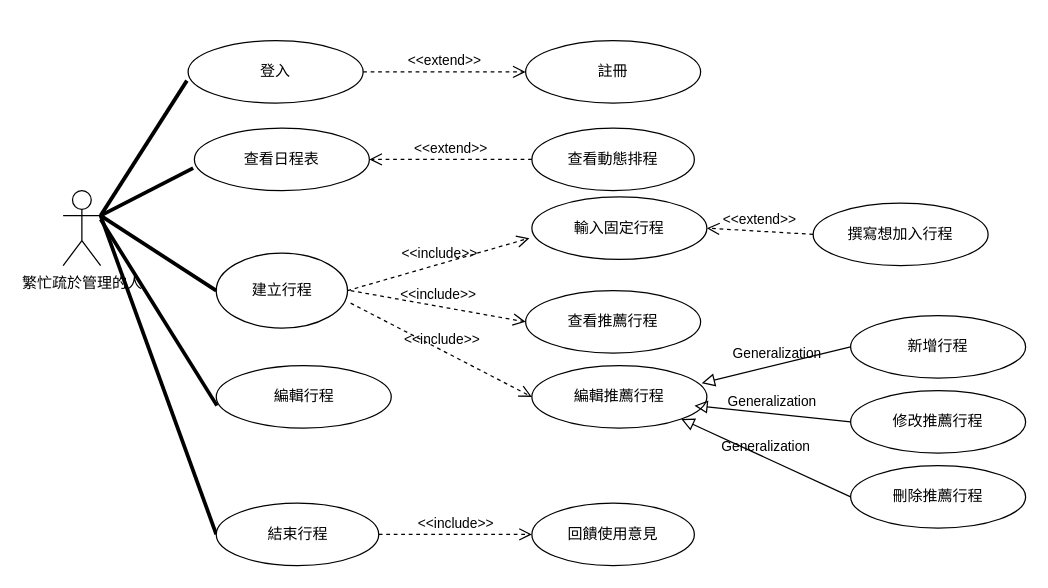
The draw.io diagram 使用個案圖.drawio in Kevincheng0804/Graduation-Topic, before the edit. Source tidied: cells renumbered, new cells numbered last; positions are measured from the earlier drawing's top-left corner, leaving out a move shared by most shapes. Both pictures are drawn from the tidied source at 125%, with x=0, y=0 at pixel (62, 40).
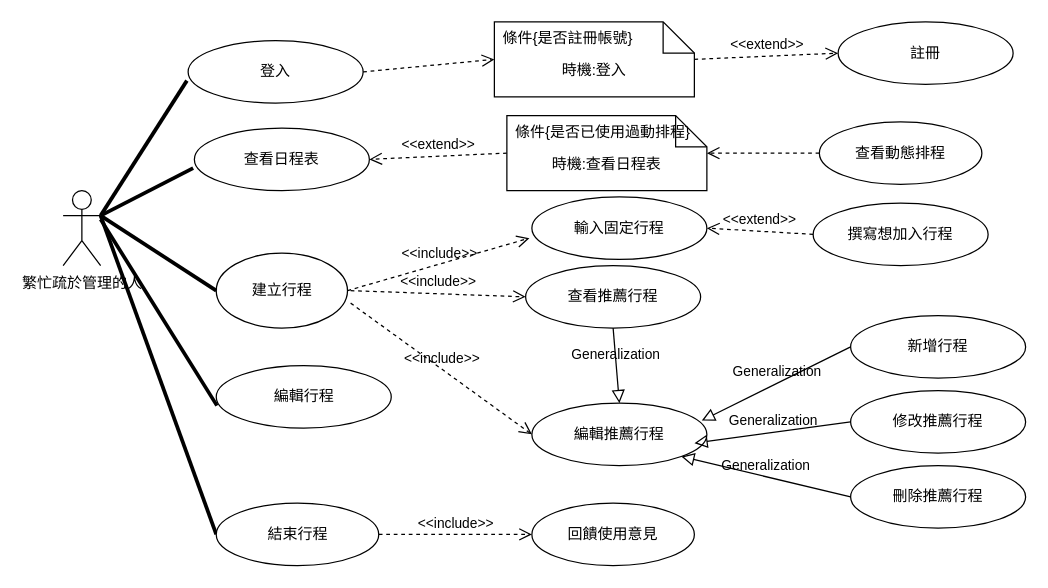
Above is the later version.

Commit message:
更新使用個案圖11/18 18:17.drawio

Unchanged cells that the change refers to:
```xml
<mxCell id="3" value="登入" style="ellipse;html=1;whiteSpace=wrap;" parent="1" vertex="1">
  <mxGeometry x="100" width="140" height="50" as="geometry" />
</mxCell>
<mxCell id="7" value="查看日程表" style="ellipse;html=1;whiteSpace=wrap;" parent="1" vertex="1">
  <mxGeometry x="105" y="70" width="140" height="50" as="geometry" />
</mxCell>
```

The edit, as a diff of the source:
```diff
@@
     <mxCell id="5" value="註冊" style="ellipse;html=1;whiteSpace=wrap;" parent="1" vertex="1">
-      <mxGeometry x="370" width="140" height="50" as="geometry" />
+      <mxGeometry x="620" y="-15" width="140" height="50" as="geometry" />
     </mxCell>
-    <mxCell id="6" value="&amp;lt;&amp;lt;extend&amp;gt;&amp;gt;" style="endArrow=open;startArrow=none;endFill=0;startFill=0;endSize=8;html=1;verticalAlign=bottom;dashed=1;labelBackgroundColor=none;rounded=0;exitX=1;exitY=0.5;exitDx=0;exitDy=0;entryX=0;entryY=0.5;entryDx=0;entryDy=0;" parent="1" edge="1" source="3" target="5">
+    <mxCell id="6" value="&amp;lt;&amp;lt;extend&amp;gt;&amp;gt;" style="endArrow=open;startArrow=none;endFill=0;startFill=0;endSize=8;html=1;verticalAlign=bottom;dashed=1;labelBackgroundColor=none;rounded=0;exitX=1;exitY=0.5;exitDx=0;exitDy=0;entryX=0;entryY=0.5;entryDx=0;entryDy=0;" parent="1" edge="1" source="42" target="5">
       <mxGeometry relative="1" as="geometry" />
     </mxCell>
@@
     <mxCell id="11" value="編輯推薦行程" style="ellipse;html=1;whiteSpace=wrap;" parent="1" vertex="1">
-      <mxGeometry x="375" y="260" width="140" height="50" as="geometry" />
+      <mxGeometry x="375" y="290" width="140" height="50" as="geometry" />
     </mxCell>
     <mxCell id="12" value="查看動態排程" style="ellipse;html=1;whiteSpace=wrap;" parent="1" vertex="1">
-      <mxGeometry x="375" y="70" width="130" height="50" as="geometry" />
+      <mxGeometry x="605" y="65" width="130" height="50" as="geometry" />
     </mxCell>
@@
-    <mxCell id="19" value="&amp;lt;&amp;lt;extend&amp;gt;&amp;gt;" style="endArrow=open;startArrow=none;endFill=0;startFill=0;endSize=8;html=1;verticalAlign=bottom;dashed=1;labelBackgroundColor=none;rounded=0;exitX=0;exitY=0.5;exitDx=0;exitDy=0;entryX=1;entryY=0.5;entryDx=0;entryDy=0;" parent="1" edge="1" source="12" target="7">
+    <mxCell id="19" value="&amp;lt;&amp;lt;extend&amp;gt;&amp;gt;" style="endArrow=open;startArrow=none;endFill=0;startFill=0;endSize=8;html=1;verticalAlign=bottom;dashed=1;labelBackgroundColor=none;rounded=0;exitX=0;exitY=0.5;exitDx=0;exitDy=0;entryX=1;entryY=0.5;entryDx=0;entryDy=0;" parent="1" edge="1" source="39" target="7">
       <mxGeometry relative="1" as="geometry" />
     </mxCell>
     <mxCell id="20" value="查看推薦行程" style="ellipse;html=1;whiteSpace=wrap;" parent="1" vertex="1">
-      <mxGeometry x="370" y="200" width="140" height="50" as="geometry" />
+      <mxGeometry x="370" y="180" width="140" height="50" as="geometry" />
     </mxCell>
@@
+    <mxCell id="36" value="Generalization" style="endArrow=block;html=1;rounded=0;align=center;verticalAlign=bottom;endFill=0;labelBackgroundColor=none;endSize=8;entryX=0.5;entryY=0;entryDx=0;entryDy=0;exitX=0.5;exitY=1;exitDx=0;exitDy=0;" parent="1" edge="1" source="20" target="11">
+      <mxGeometry relative="1" as="geometry" />
+    </mxCell>
+    <mxCell id="37" style="html=1;align=center;verticalAlign=top;labelBackgroundColor=none;" parent="36" vertex="1">
+      <mxGeometry relative="1" as="geometry" />
+    </mxCell>
+    <mxCell id="38" style="endArrow=open;startArrow=none;endFill=0;startFill=0;endSize=8;html=1;verticalAlign=bottom;dashed=1;labelBackgroundColor=none;rounded=0;exitX=0;exitY=0.5;exitDx=0;exitDy=0;entryX=1;entryY=0.5;entryDx=0;entryDy=0;" parent="1" edge="1" source="12" target="39">
+      <mxGeometry relative="1" as="geometry" />
+    </mxCell>
+    <mxCell id="39" value="時機:查看日程表" style="shape=note2;boundedLbl=1;whiteSpace=wrap;html=1;size=25;verticalAlign=top;align=center;" parent="1" vertex="1">
+      <mxGeometry x="355" y="60" width="160" height="60" as="geometry" />
+    </mxCell>
+    <mxCell id="40" value="條件{是否已使用過動排程}" style="strokeColor=none;fillColor=none;align=left;spacingLeft=5;" parent="39" vertex="1">
+      <mxGeometry width="160" height="25" relative="1" as="geometry" />
+    </mxCell>
+    <mxCell id="41" style="endArrow=open;startArrow=none;endFill=0;startFill=0;endSize=8;html=1;verticalAlign=bottom;dashed=1;labelBackgroundColor=none;rounded=0;exitX=1;exitY=0.5;exitDx=0;exitDy=0;entryX=0;entryY=0.5;entryDx=0;entryDy=0;" parent="1" edge="1" source="3" target="42">
+      <mxGeometry relative="1" as="geometry" />
+    </mxCell>
+    <mxCell id="42" value="時機:登入" style="shape=note2;boundedLbl=1;whiteSpace=wrap;html=1;size=25;verticalAlign=top;align=center;" parent="1" vertex="1">
+      <mxGeometry x="345" y="-15" width="160" height="60" as="geometry" />
+    </mxCell>
+    <mxCell id="43" value="條件{是否註冊帳號}" style="strokeColor=none;fillColor=none;align=left;spacingLeft=5;" parent="42" vertex="1">
+      <mxGeometry width="160" height="25" relative="1" as="geometry" />
+    </mxCell>
```
